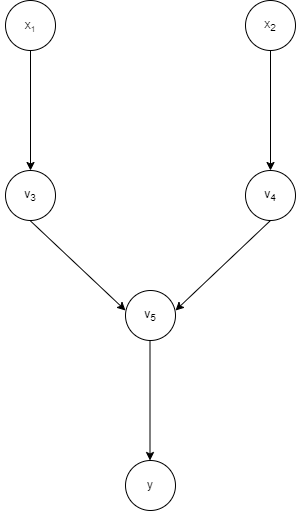
The draw.io diagram images/ExampleCompGraph.png in edgar-maddocks/NEA, before a commit. Source tidied: cells renumbered, new cells last; positions are measured from the earlier drawing's top-left corner, leaving out a move shared by most shapes. Source of this version:
```xml
<mxGraphModel>
  <root>
    <mxCell id="0" />
    <mxCell id="1" parent="0" />
    <mxCell id="2" style="ellipse;whiteSpace=wrap;html=1;" parent="1" vertex="1">
      <mxGeometry x="5" width="50" height="50" as="geometry" />
    </mxCell>
    <mxCell id="3" style="ellipse;whiteSpace=wrap;html=1;" parent="1" vertex="1">
      <mxGeometry x="245" width="50" height="50" as="geometry" />
    </mxCell>
    <mxCell id="4" style="endArrow=classic;html=1;rounded=0;exitX=0.5;exitY=1;exitDx=0;exitDy=0;" parent="1" edge="1" source="2">
      <mxGeometry relative="1" as="geometry">
        <mxPoint x="30" y="170" as="targetPoint" />
      </mxGeometry>
    </mxCell>
    <mxCell id="5" style="endArrow=classic;html=1;rounded=0;exitX=0.5;exitY=1;exitDx=0;exitDy=0;" parent="1" edge="1" source="3">
      <mxGeometry relative="1" as="geometry">
        <mxPoint x="270" y="170" as="targetPoint" />
      </mxGeometry>
    </mxCell>
    <mxCell id="6" style="ellipse;whiteSpace=wrap;html=1;" parent="1" vertex="1">
      <mxGeometry x="5" y="170" width="50" height="50" as="geometry" />
    </mxCell>
    <mxCell id="7" style="ellipse;whiteSpace=wrap;html=1;" parent="1" vertex="1">
      <mxGeometry x="245" y="170" width="50" height="50" as="geometry" />
    </mxCell>
    <mxCell id="8" style="endArrow=classic;html=1;rounded=0;exitX=0.5;exitY=1;exitDx=0;exitDy=0;" parent="1" edge="1">
      <mxGeometry relative="1" as="geometry">
        <mxPoint x="29.5" y="220" as="sourcePoint" />
        <mxPoint x="125" y="310" as="targetPoint" />
      </mxGeometry>
    </mxCell>
    <mxCell id="9" style="endArrow=classic;html=1;rounded=0;exitX=0.5;exitY=1;exitDx=0;exitDy=0;" parent="1" edge="1" source="7">
      <mxGeometry relative="1" as="geometry">
        <mxPoint x="175" y="310" as="targetPoint" />
      </mxGeometry>
    </mxCell>
    <mxCell id="10" style="ellipse;whiteSpace=wrap;html=1;" parent="1" vertex="1">
      <mxGeometry x="125" y="290" width="50" height="50" as="geometry" />
    </mxCell>
    <mxCell id="11" style="ellipse;whiteSpace=wrap;html=1;" parent="1" vertex="1">
      <mxGeometry x="125" y="460" width="50" height="50" as="geometry" />
    </mxCell>
    <mxCell id="12" style="endArrow=classic;html=1;rounded=0;exitX=0.5;exitY=1;exitDx=0;exitDy=0;" parent="1" edge="1">
      <mxGeometry relative="1" as="geometry">
        <mxPoint x="149.5" y="340" as="sourcePoint" />
        <mxPoint x="149.5" y="460" as="targetPoint" />
      </mxGeometry>
    </mxCell>
    <mxCell id="13" value="x&lt;span style=&quot;font-size: 10px;&quot;&gt;&lt;sub&gt;1&lt;/sub&gt;&lt;/span&gt;" style="text;html=1;strokeColor=none;fillColor=none;align=center;verticalAlign=middle;whiteSpace=wrap;rounded=0;" parent="1" vertex="1">
      <mxGeometry y="10" width="60" height="30" as="geometry" />
    </mxCell>
    <mxCell id="14" value="x&lt;sub style=&quot;border-color: var(--border-color);&quot;&gt;2&lt;/sub&gt;" style="text;html=1;strokeColor=none;fillColor=none;align=center;verticalAlign=middle;whiteSpace=wrap;rounded=0;" parent="1" vertex="1">
      <mxGeometry x="240" y="10" width="60" height="30" as="geometry" />
    </mxCell>
    <mxCell id="15" value="v&lt;sub&gt;3&lt;/sub&gt;" style="text;html=1;strokeColor=none;fillColor=none;align=center;verticalAlign=middle;whiteSpace=wrap;rounded=0;" parent="1" vertex="1">
      <mxGeometry y="180" width="60" height="30" as="geometry" />
    </mxCell>
    <mxCell id="16" value="v&lt;sub&gt;4&lt;/sub&gt;" style="text;html=1;strokeColor=none;fillColor=none;align=center;verticalAlign=middle;whiteSpace=wrap;rounded=0;" parent="1" vertex="1">
      <mxGeometry x="240" y="180" width="60" height="30" as="geometry" />
    </mxCell>
    <mxCell id="17" value="v&lt;sub&gt;5&lt;/sub&gt;" style="text;html=1;strokeColor=none;fillColor=none;align=center;verticalAlign=middle;whiteSpace=wrap;rounded=0;" parent="1" vertex="1">
      <mxGeometry x="120" y="300" width="60" height="30" as="geometry" />
    </mxCell>
    <mxCell id="18" value="y" style="text;html=1;strokeColor=none;fillColor=none;align=center;verticalAlign=middle;whiteSpace=wrap;rounded=0;" parent="1" vertex="1">
      <mxGeometry x="120" y="460" width="60" height="50" as="geometry" />
    </mxCell>
  </root>
</mxGraphModel>
```
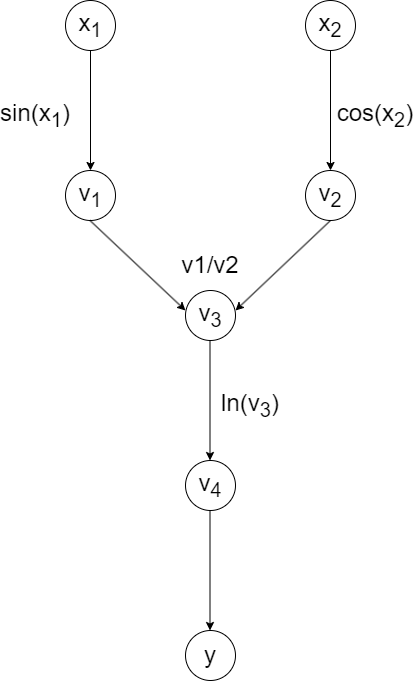
After the commit.

The edit, as a diff of the source:
```diff
@@ -47,23 +47,47 @@
         <mxPoint x="149.5" y="460" as="targetPoint" />
       </mxGeometry>
     </mxCell>
-    <mxCell id="13" value="x&lt;span style=&quot;font-size: 10px;&quot;&gt;&lt;sub&gt;1&lt;/sub&gt;&lt;/span&gt;" style="text;html=1;strokeColor=none;fillColor=none;align=center;verticalAlign=middle;whiteSpace=wrap;rounded=0;" parent="1" vertex="1">
+    <mxCell id="13" value="&lt;font style=&quot;font-size: 24px;&quot;&gt;x&lt;sub style=&quot;&quot;&gt;1&lt;/sub&gt;&lt;/font&gt;" style="text;html=1;strokeColor=none;fillColor=none;align=center;verticalAlign=middle;whiteSpace=wrap;rounded=0;" parent="1" vertex="1">
       <mxGeometry y="10" width="60" height="30" as="geometry" />
     </mxCell>
-    <mxCell id="14" value="x&lt;sub style=&quot;border-color: var(--border-color);&quot;&gt;2&lt;/sub&gt;" style="text;html=1;strokeColor=none;fillColor=none;align=center;verticalAlign=middle;whiteSpace=wrap;rounded=0;" parent="1" vertex="1">
+    <mxCell id="14" value="&lt;font style=&quot;font-size: 24px;&quot;&gt;x&lt;sub style=&quot;border-color: var(--border-color);&quot;&gt;2&lt;/sub&gt;&lt;/font&gt;" style="text;html=1;strokeColor=none;fillColor=none;align=center;verticalAlign=middle;whiteSpace=wrap;rounded=0;" parent="1" vertex="1">
       <mxGeometry x="240" y="10" width="60" height="30" as="geometry" />
     </mxCell>
-    <mxCell id="15" value="v&lt;sub&gt;3&lt;/sub&gt;" style="text;html=1;strokeColor=none;fillColor=none;align=center;verticalAlign=middle;whiteSpace=wrap;rounded=0;" parent="1" vertex="1">
+    <mxCell id="15" value="&lt;font style=&quot;font-size: 24px;&quot;&gt;v&lt;sub&gt;1&lt;/sub&gt;&lt;/font&gt;" style="text;html=1;strokeColor=none;fillColor=none;align=center;verticalAlign=middle;whiteSpace=wrap;rounded=0;" parent="1" vertex="1">
       <mxGeometry y="180" width="60" height="30" as="geometry" />
     </mxCell>
-    <mxCell id="16" value="v&lt;sub&gt;4&lt;/sub&gt;" style="text;html=1;strokeColor=none;fillColor=none;align=center;verticalAlign=middle;whiteSpace=wrap;rounded=0;" parent="1" vertex="1">
+    <mxCell id="16" value="&lt;font style=&quot;font-size: 24px;&quot;&gt;v&lt;sub&gt;2&lt;/sub&gt;&lt;/font&gt;" style="text;html=1;strokeColor=none;fillColor=none;align=center;verticalAlign=middle;whiteSpace=wrap;rounded=0;" parent="1" vertex="1">
       <mxGeometry x="240" y="180" width="60" height="30" as="geometry" />
     </mxCell>
-    <mxCell id="17" value="v&lt;sub&gt;5&lt;/sub&gt;" style="text;html=1;strokeColor=none;fillColor=none;align=center;verticalAlign=middle;whiteSpace=wrap;rounded=0;" parent="1" vertex="1">
+    <mxCell id="17" value="&lt;font style=&quot;font-size: 24px;&quot;&gt;v&lt;sub&gt;3&lt;/sub&gt;&lt;/font&gt;" style="text;html=1;strokeColor=none;fillColor=none;align=center;verticalAlign=middle;whiteSpace=wrap;rounded=0;" parent="1" vertex="1">
       <mxGeometry x="120" y="300" width="60" height="30" as="geometry" />
     </mxCell>
-    <mxCell id="18" value="y" style="text;html=1;strokeColor=none;fillColor=none;align=center;verticalAlign=middle;whiteSpace=wrap;rounded=0;" parent="1" vertex="1">
+    <mxCell id="18" value="&lt;font style=&quot;font-size: 24px;&quot;&gt;v&lt;sub&gt;4&lt;/sub&gt;&lt;/font&gt;" style="text;html=1;strokeColor=none;fillColor=none;align=center;verticalAlign=middle;whiteSpace=wrap;rounded=0;" parent="1" vertex="1">
       <mxGeometry x="120" y="460" width="60" height="50" as="geometry" />
     </mxCell>
+    <mxCell id="19" style="endArrow=classic;html=1;rounded=0;exitX=0.5;exitY=1;exitDx=0;exitDy=0;" parent="1" edge="1">
+      <mxGeometry relative="1" as="geometry">
+        <mxPoint x="149.5" y="510" as="sourcePoint" />
+        <mxPoint x="149.5" y="630" as="targetPoint" />
+      </mxGeometry>
+    </mxCell>
+    <mxCell id="20" style="ellipse;whiteSpace=wrap;html=1;" parent="1" vertex="1">
+      <mxGeometry x="125" y="630" width="50" height="50" as="geometry" />
+    </mxCell>
+    <mxCell id="21" value="&lt;font style=&quot;font-size: 24px;&quot;&gt;y&lt;/font&gt;" style="text;html=1;strokeColor=none;fillColor=none;align=center;verticalAlign=middle;whiteSpace=wrap;rounded=0;" parent="1" vertex="1">
+      <mxGeometry x="120" y="630" width="60" height="50" as="geometry" />
+    </mxCell>
+    <mxCell id="22" value="&lt;font style=&quot;font-size: 24px;&quot;&gt;sin(x&lt;sub style=&quot;&quot;&gt;1&lt;/sub&gt;)&lt;/font&gt;" style="text;html=1;strokeColor=none;fillColor=none;align=center;verticalAlign=middle;whiteSpace=wrap;rounded=0;" parent="1" vertex="1">
+      <mxGeometry x="-55" y="100" width="60" height="30" as="geometry" />
+    </mxCell>
+    <mxCell id="23" value="&lt;span style=&quot;font-size: 24px;&quot;&gt;cos(x&lt;sub&gt;2&lt;/sub&gt;)&lt;/span&gt;" style="text;html=1;strokeColor=none;fillColor=none;align=center;verticalAlign=middle;whiteSpace=wrap;rounded=0;" parent="1" vertex="1">
+      <mxGeometry x="285" y="100" width="60" height="30" as="geometry" />
+    </mxCell>
+    <mxCell id="24" value="&lt;span style=&quot;font-size: 24px;&quot;&gt;v1/v2&lt;/span&gt;" style="text;html=1;strokeColor=none;fillColor=none;align=center;verticalAlign=middle;whiteSpace=wrap;rounded=0;" parent="1" vertex="1">
+      <mxGeometry x="120" y="260" width="60" height="10" as="geometry" />
+    </mxCell>
+    <mxCell id="25" value="&lt;span style=&quot;font-size: 24px;&quot;&gt;ln(v&lt;sub&gt;3&lt;/sub&gt;)&lt;/span&gt;" style="text;html=1;strokeColor=none;fillColor=none;align=center;verticalAlign=middle;whiteSpace=wrap;rounded=0;" parent="1" vertex="1">
+      <mxGeometry x="155" y="400" width="70" height="10" as="geometry" />
+    </mxCell>
   </root>
 </mxGraphModel>
```
